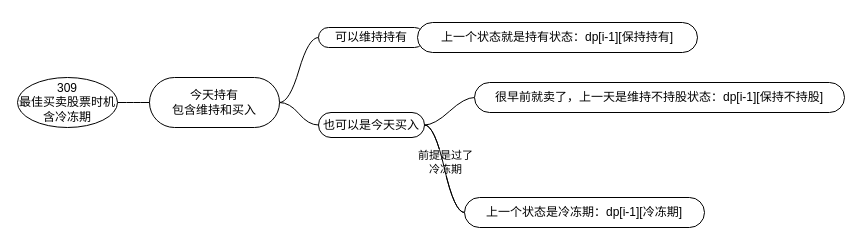
AkiraZheng/diagrams keeps this draw.io diagram as Leetcode.drawio. Above is the earlier version. Source tidied: cells renumbered, new cells numbered last; positions are measured from the earlier drawing's top-left corner, leaving out a move shared by most shapes. Both pictures are drawn from the tidied source at 100%, with x=0, y=0 at pixel (17, 22).
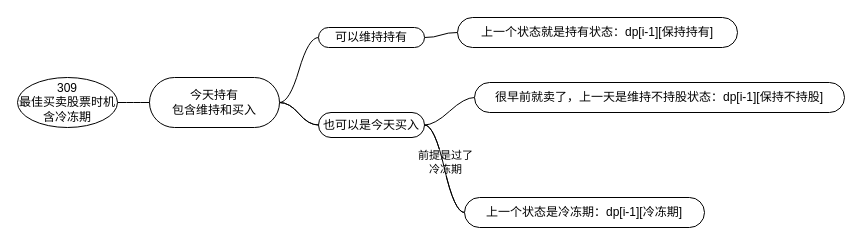
Above is the later version.

Diff of the diagram source:
```diff
@@
 <mxGraphModel>
   <root>
     <mxCell id="0" />
     <mxCell id="1" parent="0" />
     <mxCell id="2" style="edgeStyle=entityRelationEdgeStyle;rounded=0;jettySize=auto;html=1;startArrow=none;endArrow=none;segment=10;curved=1;sourcePerimeterSpacing=0;targetPerimeterSpacing=0;exitX=1;exitY=0.5;exitDx=0;exitDy=0;" parent="1" edge="1" source="4" target="8">
       <mxGeometry relative="1" as="geometry" />
     </mxCell>
     <mxCell id="3" style="edgeStyle=entityRelationEdgeStyle;rounded=0;jettySize=auto;html=1;startArrow=none;endArrow=none;segment=10;curved=1;sourcePerimeterSpacing=0;targetPerimeterSpacing=0;exitX=1;exitY=0.5;exitDx=0;exitDy=0;" parent="1" edge="1" source="4" target="13">
       <mxGeometry relative="1" as="geometry" />
     </mxCell>
+    <mxCell id="17" style="edgeStyle=entityRelationEdgeStyle;rounded=0;jettySize=auto;html=1;startArrow=none;endArrow=none;segment=10;curved=1;sourcePerimeterSpacing=0;targetPerimeterSpacing=0;" parent="1" edge="1" source="4" target="13">
+      <mxGeometry relative="1" as="geometry" />
+    </mxCell>
     <mxCell id="4" value="今天持有&lt;br&gt;包含维持和买入" style="whiteSpace=wrap;html=1;rounded=1;arcSize=50;align=center;verticalAlign=middle;strokeWidth=1;spacing=4;newEdgeStyle={&quot;edgeStyle&quot;:&quot;entityRelationEdgeStyle&quot;,&quot;startArrow&quot;:&quot;none&quot;,&quot;endArrow&quot;:&quot;none&quot;,&quot;segment&quot;:10,&quot;curved&quot;:1,&quot;sourcePerimeterSpacing&quot;:0,&quot;targetPerimeterSpacing&quot;:0};" parent="1" vertex="1">
       <mxGeometry x="132" y="55" width="130" height="50" as="geometry" />
     </mxCell>
     <mxCell id="5" style="edgeStyle=entityRelationEdgeStyle;startArrow=none;endArrow=none;segment=10;curved=1;sourcePerimeterSpacing=0;targetPerimeterSpacing=0;rounded=0;exitX=1;exitY=0.5;exitDx=0;exitDy=0;" parent="1" edge="1" source="6" target="4">
       <mxGeometry relative="1" as="geometry" />
     </mxCell>
     <mxCell id="6" value="309&lt;br&gt;最佳买卖股票时机&lt;br&gt;含冷冻期" style="ellipse;whiteSpace=wrap;html=1;align=center;newEdgeStyle={&quot;edgeStyle&quot;:&quot;entityRelationEdgeStyle&quot;,&quot;startArrow&quot;:&quot;none&quot;,&quot;endArrow&quot;:&quot;none&quot;,&quot;segment&quot;:10,&quot;curved&quot;:1,&quot;sourcePerimeterSpacing&quot;:0,&quot;targetPerimeterSpacing&quot;:0};" parent="1" vertex="1">
       <mxGeometry y="55" width="100" height="50" as="geometry" />
     </mxCell>
     <mxCell id="7" style="edgeStyle=entityRelationEdgeStyle;rounded=0;jettySize=auto;html=1;startArrow=none;endArrow=none;segment=10;curved=1;sourcePerimeterSpacing=0;targetPerimeterSpacing=0;" parent="1" edge="1" source="8" target="16">
       <mxGeometry relative="1" as="geometry" />
     </mxCell>
     <mxCell id="8" value="可以维持持有" style="whiteSpace=wrap;html=1;rounded=1;arcSize=50;align=center;verticalAlign=middle;strokeWidth=1;spacing=4;newEdgeStyle={&quot;edgeStyle&quot;:&quot;entityRelationEdgeStyle&quot;,&quot;startArrow&quot;:&quot;none&quot;,&quot;endArrow&quot;:&quot;none&quot;,&quot;segment&quot;:10,&quot;curved&quot;:1,&quot;sourcePerimeterSpacing&quot;:0,&quot;targetPerimeterSpacing&quot;:0};" parent="1" vertex="1">
       <mxGeometry x="301" y="5" width="106" height="20" as="geometry" />
     </mxCell>
     <mxCell id="9" style="edgeStyle=entityRelationEdgeStyle;rounded=0;jettySize=auto;html=1;startArrow=none;endArrow=none;segment=10;curved=1;sourcePerimeterSpacing=0;targetPerimeterSpacing=0;" parent="1" edge="1" source="13" target="14">
       <mxGeometry relative="1" as="geometry" />
     </mxCell>
     <mxCell id="10" value="前提是过了&lt;br&gt;冷冻期" style="edgeLabel;html=1;align=center;verticalAlign=middle;" parent="9" vertex="1">
       <mxGeometry x="-0.15" y="2" relative="1" as="geometry">
         <mxPoint y="1" as="offset" />
       </mxGeometry>
     </mxCell>
     <mxCell id="11" style="edgeStyle=entityRelationEdgeStyle;rounded=0;jettySize=auto;html=1;startArrow=none;endArrow=none;segment=10;curved=1;sourcePerimeterSpacing=0;targetPerimeterSpacing=0;" parent="1" edge="1" source="13" target="14">
       <mxGeometry relative="1" as="geometry" />
     </mxCell>
     <mxCell id="12" style="edgeStyle=entityRelationEdgeStyle;rounded=0;jettySize=auto;html=1;startArrow=none;endArrow=none;segment=10;curved=1;sourcePerimeterSpacing=0;targetPerimeterSpacing=0;" parent="1" edge="1" source="13" target="15">
       <mxGeometry relative="1" as="geometry" />
     </mxCell>
     <mxCell id="13" value="也可以是今天买入" style="whiteSpace=wrap;html=1;rounded=1;arcSize=50;align=center;verticalAlign=middle;strokeWidth=1;spacing=4;newEdgeStyle={&quot;edgeStyle&quot;:&quot;entityRelationEdgeStyle&quot;,&quot;startArrow&quot;:&quot;none&quot;,&quot;endArrow&quot;:&quot;none&quot;,&quot;segment&quot;:10,&quot;curved&quot;:1,&quot;sourcePerimeterSpacing&quot;:0,&quot;targetPerimeterSpacing&quot;:0};" parent="1" vertex="1">
       <mxGeometry x="301" y="90" width="106" height="25" as="geometry" />
     </mxCell>
     <mxCell id="14" value="上一个状态是冷冻期：dp[i-1][冷冻期]" style="whiteSpace=wrap;html=1;rounded=1;arcSize=50;align=center;verticalAlign=middle;strokeWidth=1;spacing=4;newEdgeStyle={&quot;edgeStyle&quot;:&quot;entityRelationEdgeStyle&quot;,&quot;startArrow&quot;:&quot;none&quot;,&quot;endArrow&quot;:&quot;none&quot;,&quot;segment&quot;:10,&quot;curved&quot;:1,&quot;sourcePerimeterSpacing&quot;:0,&quot;targetPerimeterSpacing&quot;:0};" parent="1" vertex="1">
       <mxGeometry x="447" y="175" width="240" height="30" as="geometry" />
     </mxCell>
     <mxCell id="15" value="很早前就卖了，上一天是维持不持股状态：dp[i-1][保持不持股]" style="whiteSpace=wrap;html=1;rounded=1;arcSize=50;align=center;verticalAlign=middle;strokeWidth=1;spacing=4;newEdgeStyle={&quot;edgeStyle&quot;:&quot;entityRelationEdgeStyle&quot;,&quot;startArrow&quot;:&quot;none&quot;,&quot;endArrow&quot;:&quot;none&quot;,&quot;segment&quot;:10,&quot;curved&quot;:1,&quot;sourcePerimeterSpacing&quot;:0,&quot;targetPerimeterSpacing&quot;:0};" parent="1" vertex="1">
       <mxGeometry x="457" y="60" width="370" height="30" as="geometry" />
     </mxCell>
     <mxCell id="16" value="上一个状态就是持有状态：dp[i-1][保持持有]" style="whiteSpace=wrap;html=1;rounded=1;arcSize=50;align=center;verticalAlign=middle;strokeWidth=1;spacing=4;newEdgeStyle={&quot;edgeStyle&quot;:&quot;entityRelationEdgeStyle&quot;,&quot;startArrow&quot;:&quot;none&quot;,&quot;endArrow&quot;:&quot;none&quot;,&quot;segment&quot;:10,&quot;curved&quot;:1,&quot;sourcePerimeterSpacing&quot;:0,&quot;targetPerimeterSpacing&quot;:0};" parent="1" vertex="1">
-      <mxGeometry x="400" width="280" height="30" as="geometry" />
+      <mxGeometry x="440" y="-5" width="280" height="30" as="geometry" />
     </mxCell>
   </root>
 </mxGraphModel>
```
